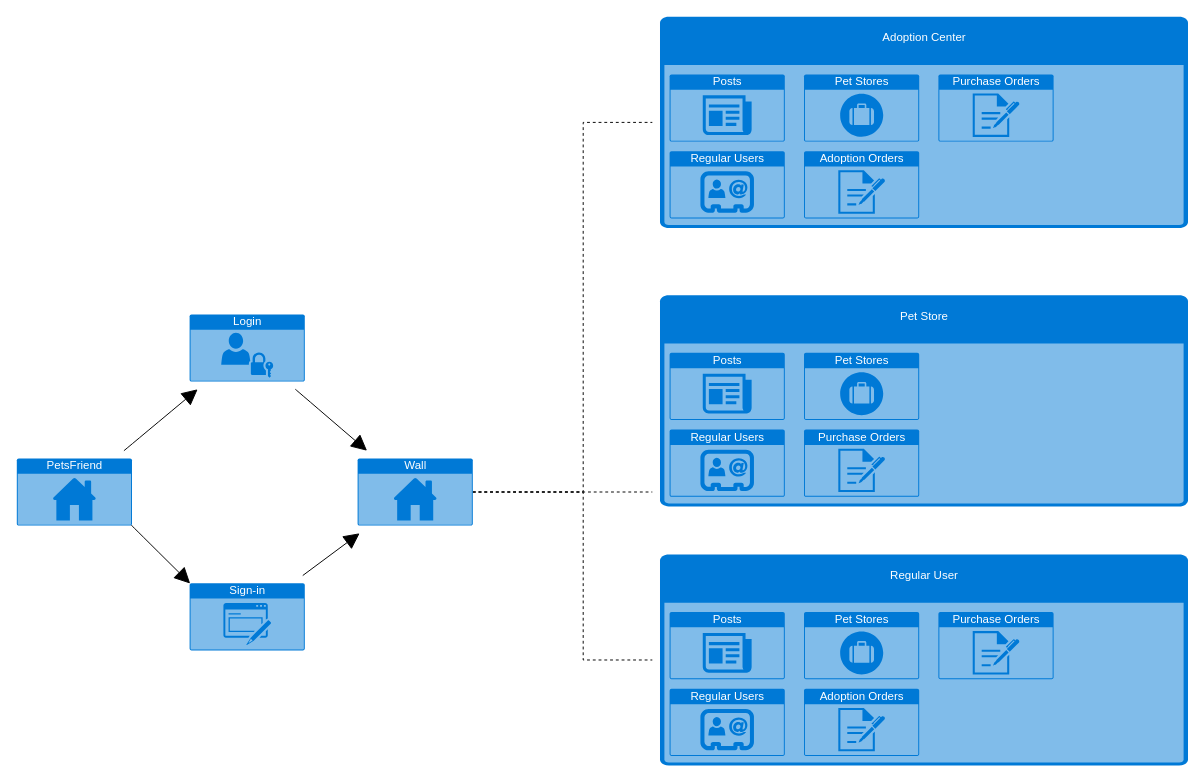
This is page "app-flow" (1 of 6) of doc/design/mockup.drawio from cruzortiz99/django-training, a draw.io file, before an edit. Source tidied: cells renumbered, new cells numbered last; positions are measured from the earlier drawing's top-left corner, leaving out a move shared by most shapes. Both pictures are drawn from the tidied source at 96%, with x=0, y=0 at pixel (16, 16).
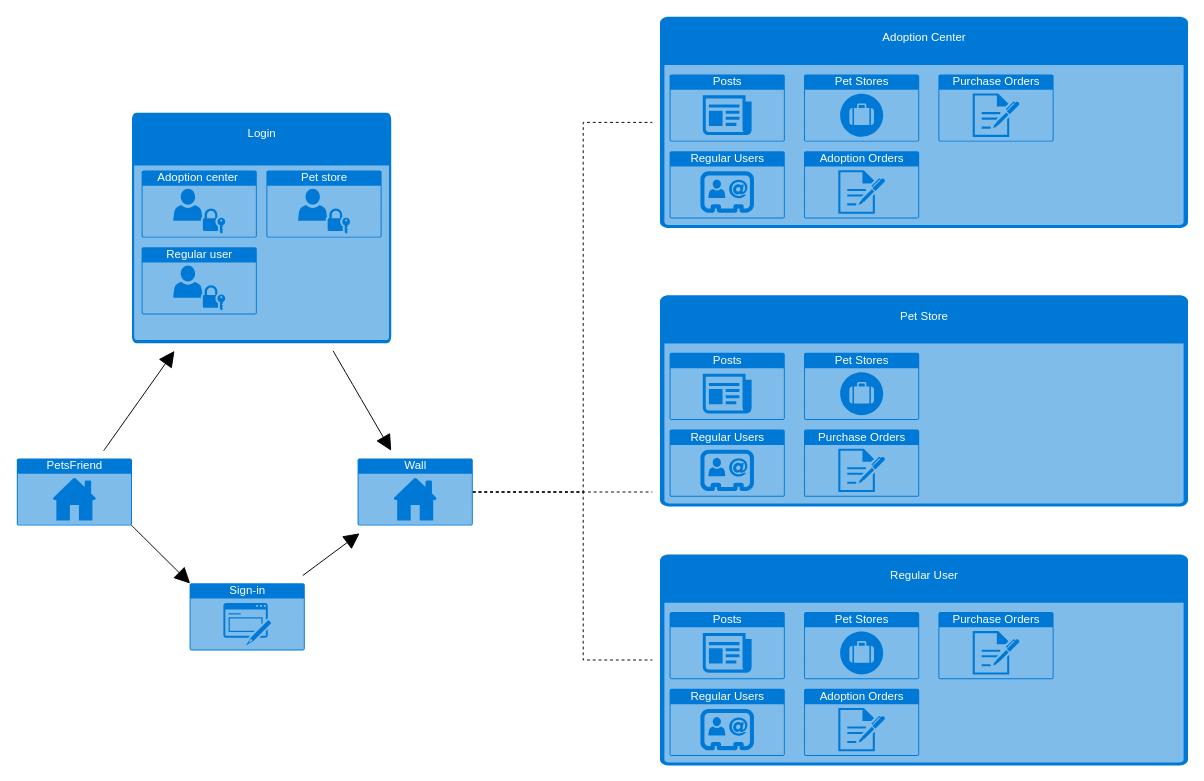
The same diagram, later.

Diff of the diagram source:
```diff
@@
-    <mxCell id="6" value="Login" style="html=1;strokeColor=none;fillColor=#0079D6;labelPosition=center;verticalLabelPosition=middle;verticalAlign=top;align=center;fontSize=12;outlineConnect=0;spacingTop=-6;fontColor=#FFFFFF;sketch=0;shape=mxgraph.sitemap.login;" parent="1" vertex="1">
-      <mxGeometry x="180" y="310" width="120" height="70" as="geometry" />
-    </mxCell>
@@
+    <mxCell id="6" value="&lt;br&gt;Login" style="html=1;strokeColor=none;fillColor=#0079D6;labelPosition=center;verticalLabelPosition=middle;verticalAlign=top;align=center;fontSize=12;outlineConnect=0;spacingTop=-6;fontColor=#FFFFFF;sketch=0;shape=mxgraph.sitemap.page;" parent="1" vertex="1">
+      <mxGeometry x="120" y="100" width="270" height="240" as="geometry" />
+    </mxCell>
+    <mxCell id="30" value="Adoption center&amp;nbsp;" style="html=1;strokeColor=none;fillColor=#0079D6;labelPosition=center;verticalLabelPosition=middle;verticalAlign=top;align=center;fontSize=12;spacingTop=-6;fontColor=#FFFFFF;sketch=0;shape=mxgraph.sitemap.login;" parent="1" vertex="1">
+      <mxGeometry x="130" y="160" width="120" height="70" as="geometry" />
+    </mxCell>
+    <mxCell id="31" value="Regular user" style="html=1;strokeColor=none;fillColor=#0079D6;labelPosition=center;verticalLabelPosition=middle;verticalAlign=top;align=center;fontSize=12;spacingTop=-6;fontColor=#FFFFFF;sketch=0;shape=mxgraph.sitemap.login;" parent="1" vertex="1">
+      <mxGeometry x="130" y="240" width="120" height="70" as="geometry" />
+    </mxCell>
+    <mxCell id="32" value="Pet store" style="html=1;strokeColor=none;fillColor=#0079D6;labelPosition=center;verticalLabelPosition=middle;verticalAlign=top;align=center;fontSize=12;spacingTop=-6;fontColor=#FFFFFF;sketch=0;shape=mxgraph.sitemap.login;" parent="1" vertex="1">
+      <mxGeometry x="260" y="160" width="120" height="70" as="geometry" />
+    </mxCell>
```
